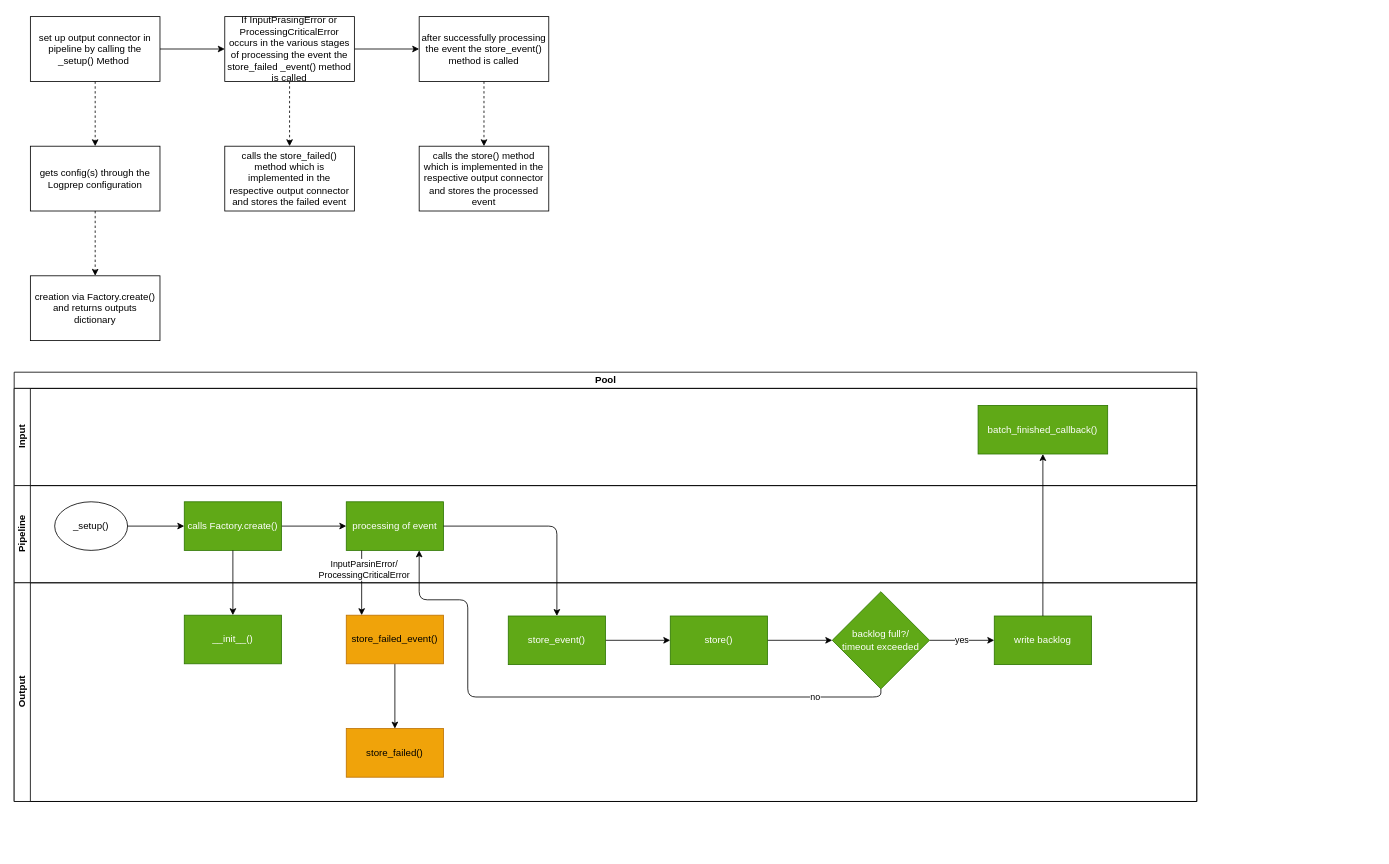
The draw.io diagram doc/source/development/architecture/diagramms/output.drawio in fkie-cad/Logprep, before the edit. Source tidied: cells renumbered, new cells numbered last; positions are measured from the earlier drawing's top-left corner, leaving out a move shared by most shapes. Both pictures are drawn from the tidied source at 81%, with x=0, y=0 at pixel (14, 16).
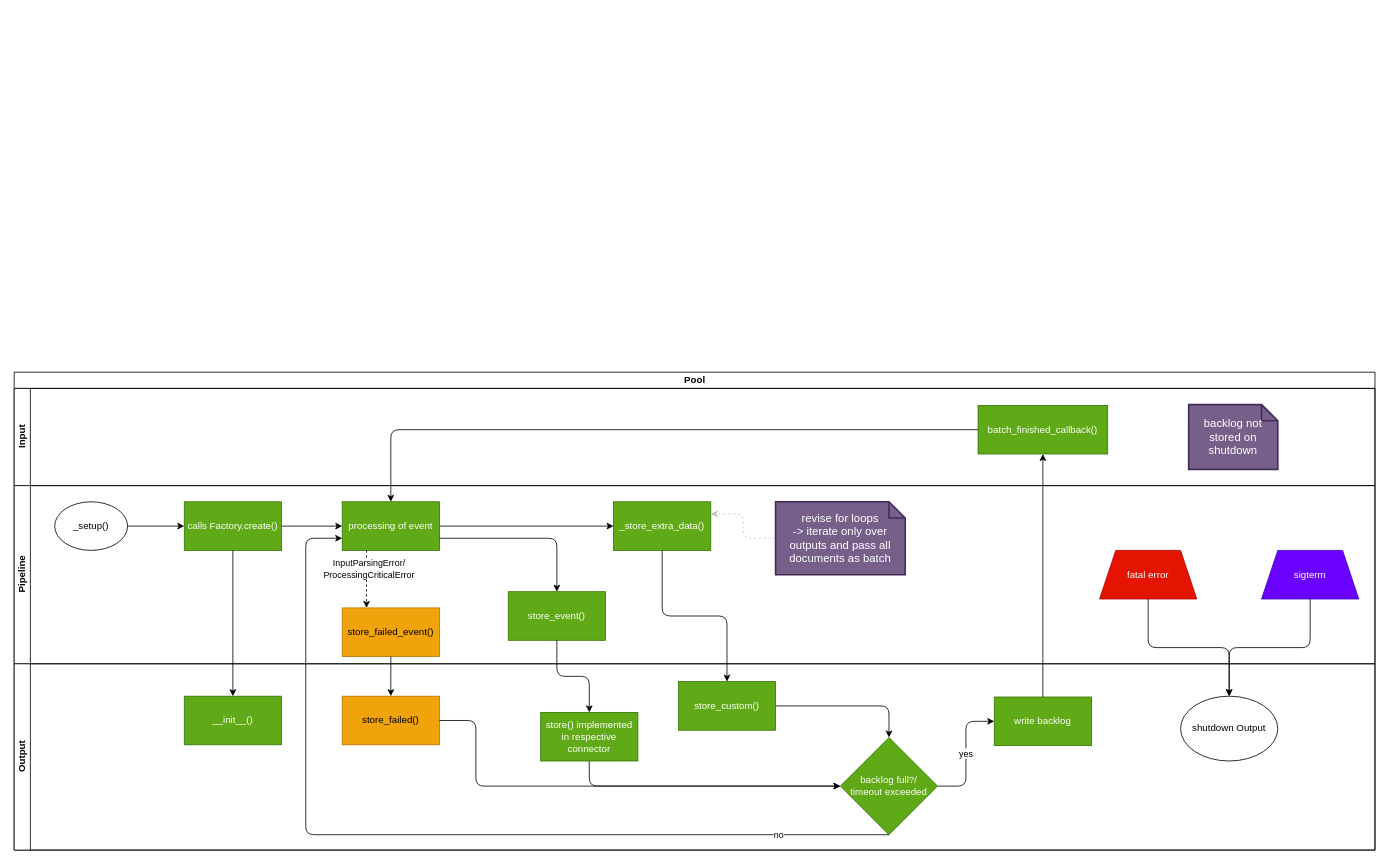
The same diagram, later.

Commit message (it also covers changes not shown here):
add html export files and pipelineManager diagramm, update input, output and ruletree diagram

Unchanged cells that the change refers to:
```xml
<mxCell id="17" value="batch_finished_callback()" style="rounded=0;whiteSpace=wrap;html=1;fillColor=#60a917;fontColor=#ffffff;strokeColor=#2D7600;" parent="16" vertex="1">
  <mxGeometry x="1190" y="21" width="160" height="60" as="geometry" />
</mxCell>
```

Diff of the diagram source:
```diff
@@
-    <mxCell id="2" style="edgeStyle=none;html=1;dashed=1;" parent="1" edge="1" source="4" target="6">
-      <mxGeometry relative="1" as="geometry" />
-    </mxCell>
-    <mxCell id="3" style="edgeStyle=none;html=1;" parent="1" edge="1" source="4" target="10">
-      <mxGeometry relative="1" as="geometry" />
-    </mxCell>
-    <mxCell id="4" value="set up output connector in pipeline by calling the _setup() Method&amp;nbsp;" style="rounded=0;whiteSpace=wrap;html=1;" parent="1" vertex="1">
-      <mxGeometry x="20" width="160" height="80" as="geometry" />
-    </mxCell>
-    <mxCell id="5" style="edgeStyle=none;html=1;dashed=1;" parent="1" edge="1" source="6" target="7">
-      <mxGeometry relative="1" as="geometry" />
-    </mxCell>
-    <mxCell id="6" value="gets config(s) through the Logprep configuration" style="rounded=0;whiteSpace=wrap;html=1;" parent="1" vertex="1">
-      <mxGeometry x="20" y="160" width="160" height="80" as="geometry" />
-    </mxCell>
-    <mxCell id="7" value="creation via Factory.create() and returns outputs dictionary" style="rounded=0;whiteSpace=wrap;html=1;" parent="1" vertex="1">
-      <mxGeometry x="20" y="320" width="160" height="80" as="geometry" />
-    </mxCell>
-    <mxCell id="8" style="edgeStyle=none;html=1;" parent="1" edge="1" source="10" target="12">
-      <mxGeometry relative="1" as="geometry" />
-    </mxCell>
-    <mxCell id="9" style="edgeStyle=none;html=1;dashed=1;" parent="1" edge="1" source="10" target="14">
-      <mxGeometry relative="1" as="geometry" />
-    </mxCell>
-    <mxCell id="10" value="If InputPrasingError or ProcessingCriticalError occurs in the various stages of processing the event the store_failed _event() method is called" style="rounded=0;whiteSpace=wrap;html=1;" parent="1" vertex="1">
-      <mxGeometry x="260" width="160" height="80" as="geometry" />
-    </mxCell>
-    <mxCell id="11" style="edgeStyle=none;html=1;dashed=1;" parent="1" edge="1" source="12" target="13">
-      <mxGeometry relative="1" as="geometry" />
-    </mxCell>
-    <mxCell id="12" value="after successfully processing the event the store_event() method is called" style="rounded=0;whiteSpace=wrap;html=1;" parent="1" vertex="1">
-      <mxGeometry x="500" width="160" height="80" as="geometry" />
-    </mxCell>
-    <mxCell id="13" value="calls the store() method which is implemented in the respective output connector and stores the processed event" style="rounded=0;whiteSpace=wrap;html=1;" parent="1" vertex="1">
-      <mxGeometry x="500" y="160" width="160" height="80" as="geometry" />
-    </mxCell>
-    <mxCell id="14" value="calls the store_failed() method which is implemented in the respective output connector and stores the failed event" style="rounded=0;whiteSpace=wrap;html=1;" parent="1" vertex="1">
-      <mxGeometry x="260" y="160" width="160" height="80" as="geometry" />
-    </mxCell>
     <mxCell id="15" value="Pool" style="swimlane;horizontal=1;startSize=20;html=1;" parent="1" vertex="1">
-      <mxGeometry y="439" width="1460" height="530" as="geometry" />
+      <mxGeometry y="439" width="1680" height="590" as="geometry" />
     </mxCell>
     <mxCell id="16" value="Input" style="swimlane;startSize=20;horizontal=0;html=1;" parent="15" vertex="1">
-      <mxGeometry y="20" width="1460" height="120" as="geometry" />
+      <mxGeometry y="20" width="1680" height="120" as="geometry" />
     </mxCell>
@@
+    <mxCell id="42" value="backlog not stored on shutdown" style="shape=note;strokeWidth=2;fontSize=14;size=20;whiteSpace=wrap;html=1;fillColor=#76608a;strokeColor=#432D57;fontColor=#ffffff;" parent="16" vertex="1">
+      <mxGeometry x="1450" y="20" width="110" height="80" as="geometry" />
+    </mxCell>
     <mxCell id="18" value="Pipeline" style="swimlane;startSize=20;horizontal=0;html=1;" parent="15" vertex="1">
-      <mxGeometry y="140" width="1460" height="120" as="geometry" />
+      <mxGeometry y="140" width="1680" height="220" as="geometry" />
     </mxCell>
@@
+    <mxCell id="43" style="edgeStyle=orthogonalEdgeStyle;html=1;" parent="18" edge="1" source="23" target="46">
+      <mxGeometry relative="1" as="geometry" />
+    </mxCell>
     <mxCell id="23" value="processing of event" style="whiteSpace=wrap;html=1;fillColor=#60a917;strokeColor=#2D7600;fontColor=#ffffff;" parent="18" vertex="1">
-      <mxGeometry x="410" y="20" width="120" height="60" as="geometry" />
+      <mxGeometry x="405" y="20" width="120" height="60" as="geometry" />
     </mxCell>
+    <mxCell id="29" value="store_event()" style="whiteSpace=wrap;html=1;rounded=0;fillColor=#60a917;fontColor=#ffffff;strokeColor=#2D7600;" parent="18" vertex="1">
+      <mxGeometry x="610" y="131" width="120" height="60" as="geometry" />
+    </mxCell>
+    <mxCell id="39" style="edgeStyle=orthogonalEdgeStyle;html=1;entryX=0.5;entryY=0;entryDx=0;entryDy=0;exitX=1;exitY=0.75;exitDx=0;exitDy=0;" parent="18" edge="1" source="23" target="29">
+      <mxGeometry relative="1" as="geometry" />
+    </mxCell>
+    <mxCell id="27" value="store_failed_event()" style="whiteSpace=wrap;html=1;fillColor=#f0a30a;strokeColor=#BD7000;fontColor=#000000;" parent="18" vertex="1">
+      <mxGeometry x="405" y="151" width="120" height="60" as="geometry" />
+    </mxCell>
+    <mxCell id="44" value="fatal error" style="shape=trapezoid;perimeter=trapezoidPerimeter;whiteSpace=wrap;html=1;fixedSize=1;fillColor=#e51400;fontColor=#ffffff;strokeColor=#B20000;" parent="18" vertex="1">
+      <mxGeometry x="1340" y="80" width="120" height="60" as="geometry" />
+    </mxCell>
+    <mxCell id="45" value="sigterm" style="shape=trapezoid;perimeter=trapezoidPerimeter;whiteSpace=wrap;html=1;fixedSize=1;fillColor=#6a00ff;strokeColor=#3700CC;fontColor=#ffffff;" parent="18" vertex="1">
+      <mxGeometry x="1540" y="80" width="120" height="60" as="geometry" />
+    </mxCell>
+    <mxCell id="46" value="_store_extra_data()" style="whiteSpace=wrap;html=1;fillColor=#60a917;strokeColor=#2D7600;fontColor=#ffffff;" parent="18" vertex="1">
+      <mxGeometry x="740" y="20" width="120" height="60" as="geometry" />
+    </mxCell>
+    <mxCell id="47" style="edgeStyle=orthogonalEdgeStyle;html=1;entryX=1;entryY=0.25;entryDx=0;entryDy=0;dashed=1;opacity=20;" parent="18" edge="1" source="48" target="46">
+      <mxGeometry relative="1" as="geometry" />
+    </mxCell>
+    <mxCell id="48" value="revise for loops&lt;br&gt;-&amp;gt; iterate only over outputs and pass all documents as batch" style="shape=note;strokeWidth=2;fontSize=14;size=20;whiteSpace=wrap;html=1;fillColor=#76608a;strokeColor=#432D57;fontColor=#ffffff;" parent="18" vertex="1">
+      <mxGeometry x="940" y="20" width="160" height="90" as="geometry" />
+    </mxCell>
+    <mxCell id="37" style="edgeStyle=none;html=1;dashed=1;entryX=0.25;entryY=0;entryDx=0;entryDy=0;exitX=0.25;exitY=1;exitDx=0;exitDy=0;" parent="18" edge="1" source="23" target="27">
+      <mxGeometry relative="1" as="geometry" />
+    </mxCell>
+    <mxCell id="38" value="InputParsingError/&lt;br&gt;ProcessingCriticalError" style="edgeLabel;html=1;align=center;verticalAlign=middle;" parent="37" vertex="1">
+      <mxGeometry x="-0.69" y="2" relative="1" as="geometry">
+        <mxPoint y="11" as="offset" />
+      </mxGeometry>
+    </mxCell>
     <mxCell id="24" value="Output" style="swimlane;startSize=20;horizontal=0;html=1;" parent="15" vertex="1">
-      <mxGeometry y="260" width="1460" height="270" as="geometry" />
+      <mxGeometry y="360" width="1680" height="230" as="geometry" />
     </mxCell>
@@
-    <mxCell id="26" style="edgeStyle=orthogonalEdgeStyle;html=1;" parent="24" edge="1" source="27" target="35">
-      <mxGeometry relative="1" as="geometry" />
-    </mxCell>
-    <mxCell id="27" value="store_failed_event()" style="whiteSpace=wrap;html=1;fillColor=#f0a30a;strokeColor=#BD7000;fontColor=#000000;" parent="24" vertex="1">
-      <mxGeometry x="410" y="40" width="120" height="60" as="geometry" />
-    </mxCell>
-    <mxCell id="28" style="edgeStyle=orthogonalEdgeStyle;html=1;" parent="24" edge="1" source="29" target="31">
-      <mxGeometry relative="1" as="geometry" />
-    </mxCell>
-    <mxCell id="29" value="store_event()" style="whiteSpace=wrap;html=1;rounded=0;fillColor=#60a917;fontColor=#ffffff;strokeColor=#2D7600;" parent="24" vertex="1">
-      <mxGeometry x="610" y="41" width="120" height="60" as="geometry" />
-    </mxCell>
-    <mxCell id="30" style="edgeStyle=orthogonalEdgeStyle;html=1;" parent="24" edge="1" source="31" target="33">
-      <mxGeometry relative="1" as="geometry" />
+    <mxCell id="30" style="edgeStyle=orthogonalEdgeStyle;html=1;exitX=0.5;exitY=1;exitDx=0;exitDy=0;" parent="24" edge="1" source="31" target="33">
+      <mxGeometry relative="1" as="geometry">
+        <Array as="points">
+          <mxPoint x="710" y="151" />
+        </Array>
+      </mxGeometry>
     </mxCell>
-    <mxCell id="31" value="store()" style="whiteSpace=wrap;html=1;fillColor=#60a917;strokeColor=#2D7600;fontColor=#ffffff;rounded=0;" parent="24" vertex="1">
-      <mxGeometry x="810" y="41" width="120" height="60" as="geometry" />
+    <mxCell id="31" value="store() implemented in respective connector" style="whiteSpace=wrap;html=1;fillColor=#60a917;strokeColor=#2D7600;fontColor=#ffffff;rounded=0;" parent="24" vertex="1">
+      <mxGeometry x="650" y="60" width="120" height="60" as="geometry" />
     </mxCell>
@@
     <mxCell id="33" value="backlog full?/&lt;br&gt;timeout exceeded" style="rhombus;whiteSpace=wrap;html=1;rounded=0;fillColor=#60a917;fontColor=#ffffff;strokeColor=#2D7600;" parent="24" vertex="1">
-      <mxGeometry x="1010" y="11" width="120" height="120" as="geometry" />
+      <mxGeometry x="1020" y="91" width="120" height="120" as="geometry" />
     </mxCell>
@@
     <mxCell id="35" value="store_failed()" style="whiteSpace=wrap;html=1;fillColor=#f0a30a;strokeColor=#BD7000;fontColor=#000000;" parent="24" vertex="1">
-      <mxGeometry x="410" y="180" width="120" height="60" as="geometry" />
+      <mxGeometry x="405" y="40" width="120" height="60" as="geometry" />
     </mxCell>
+    <mxCell id="49" value="shutdown Output" style="ellipse;whiteSpace=wrap;html=1;" parent="24" vertex="1">
+      <mxGeometry x="1440" y="40" width="120" height="80" as="geometry" />
+    </mxCell>
+    <mxCell id="50" style="edgeStyle=orthogonalEdgeStyle;html=1;entryX=0.5;entryY=0;entryDx=0;entryDy=0;" parent="24" edge="1" source="51" target="33">
+      <mxGeometry relative="1" as="geometry" />
+    </mxCell>
+    <mxCell id="51" value="store_custom()" style="whiteSpace=wrap;html=1;fillColor=#60a917;strokeColor=#2D7600;fontColor=#ffffff;" parent="24" vertex="1">
+      <mxGeometry x="820" y="22" width="120" height="60" as="geometry" />
+    </mxCell>
+    <mxCell id="52" style="edgeStyle=orthogonalEdgeStyle;html=1;entryX=0;entryY=0.5;entryDx=0;entryDy=0;exitX=1;exitY=0.5;exitDx=0;exitDy=0;" parent="24" edge="1" source="35" target="33">
+      <mxGeometry relative="1" as="geometry">
+        <Array as="points">
+          <mxPoint x="570" y="70" />
+          <mxPoint x="570" y="151" />
+        </Array>
+      </mxGeometry>
+    </mxCell>
@@
-    <mxCell id="37" style="edgeStyle=none;html=1;" parent="15" edge="1">
-      <mxGeometry relative="1" as="geometry">
-        <mxPoint x="429" y="220" as="sourcePoint" />
-        <mxPoint x="429" y="300" as="targetPoint" />
-      </mxGeometry>
-    </mxCell>
-    <mxCell id="38" value="InputParsinError/&lt;br&gt;ProcessingCriticalError" style="edgeLabel;html=1;align=center;verticalAlign=middle;" parent="37" vertex="1">
-      <mxGeometry x="-0.69" y="2" relative="1" as="geometry">
-        <mxPoint y="11" as="offset" />
-      </mxGeometry>
-    </mxCell>
-    <mxCell id="39" style="edgeStyle=orthogonalEdgeStyle;html=1;entryX=0.5;entryY=0;entryDx=0;entryDy=0;" parent="15" edge="1" source="23" target="29">
-      <mxGeometry relative="1" as="geometry" />
-    </mxCell>
@@
-    <mxCell id="41" value="no" style="edgeStyle=orthogonalEdgeStyle;html=1;exitX=0.5;exitY=1;exitDx=0;exitDy=0;entryX=0.75;entryY=1;entryDx=0;entryDy=0;" parent="15" edge="1" source="33" target="23">
+    <mxCell id="41" value="no" style="edgeStyle=orthogonalEdgeStyle;html=1;exitX=0.5;exitY=1;exitDx=0;exitDy=0;entryX=0;entryY=0.75;entryDx=0;entryDy=0;" parent="15" edge="1" source="33" target="23">
       <mxGeometry x="-0.76" relative="1" as="geometry">
         <Array as="points">
-          <mxPoint x="1070" y="401" />
-          <mxPoint x="560" y="401" />
-          <mxPoint x="560" y="281" />
-          <mxPoint x="500" y="281" />
+          <mxPoint x="360" y="571" />
+          <mxPoint x="360" y="205" />
         </Array>
       </mxGeometry>
     </mxCell>
+    <mxCell id="28" style="edgeStyle=orthogonalEdgeStyle;html=1;" parent="15" edge="1" source="29" target="31">
+      <mxGeometry relative="1" as="geometry" />
+    </mxCell>
+    <mxCell id="26" style="edgeStyle=orthogonalEdgeStyle;html=1;" parent="15" edge="1" source="27" target="35">
+      <mxGeometry relative="1" as="geometry" />
+    </mxCell>
+    <mxCell id="53" style="edgeStyle=orthogonalEdgeStyle;html=1;entryX=0.5;entryY=0;entryDx=0;entryDy=0;" parent="15" edge="1" source="17" target="23">
+      <mxGeometry relative="1" as="geometry" />
+    </mxCell>
+    <mxCell id="54" style="edgeStyle=orthogonalEdgeStyle;html=1;entryX=0.5;entryY=0;entryDx=0;entryDy=0;" parent="15" edge="1" source="44" target="49">
+      <mxGeometry relative="1" as="geometry" />
+    </mxCell>
+    <mxCell id="55" style="edgeStyle=orthogonalEdgeStyle;html=1;entryX=0.5;entryY=0;entryDx=0;entryDy=0;" parent="15" edge="1" source="45" target="49">
+      <mxGeometry relative="1" as="geometry" />
+    </mxCell>
+    <mxCell id="56" style="edgeStyle=orthogonalEdgeStyle;html=1;" parent="15" edge="1" source="46" target="51">
+      <mxGeometry relative="1" as="geometry" />
+    </mxCell>
```
